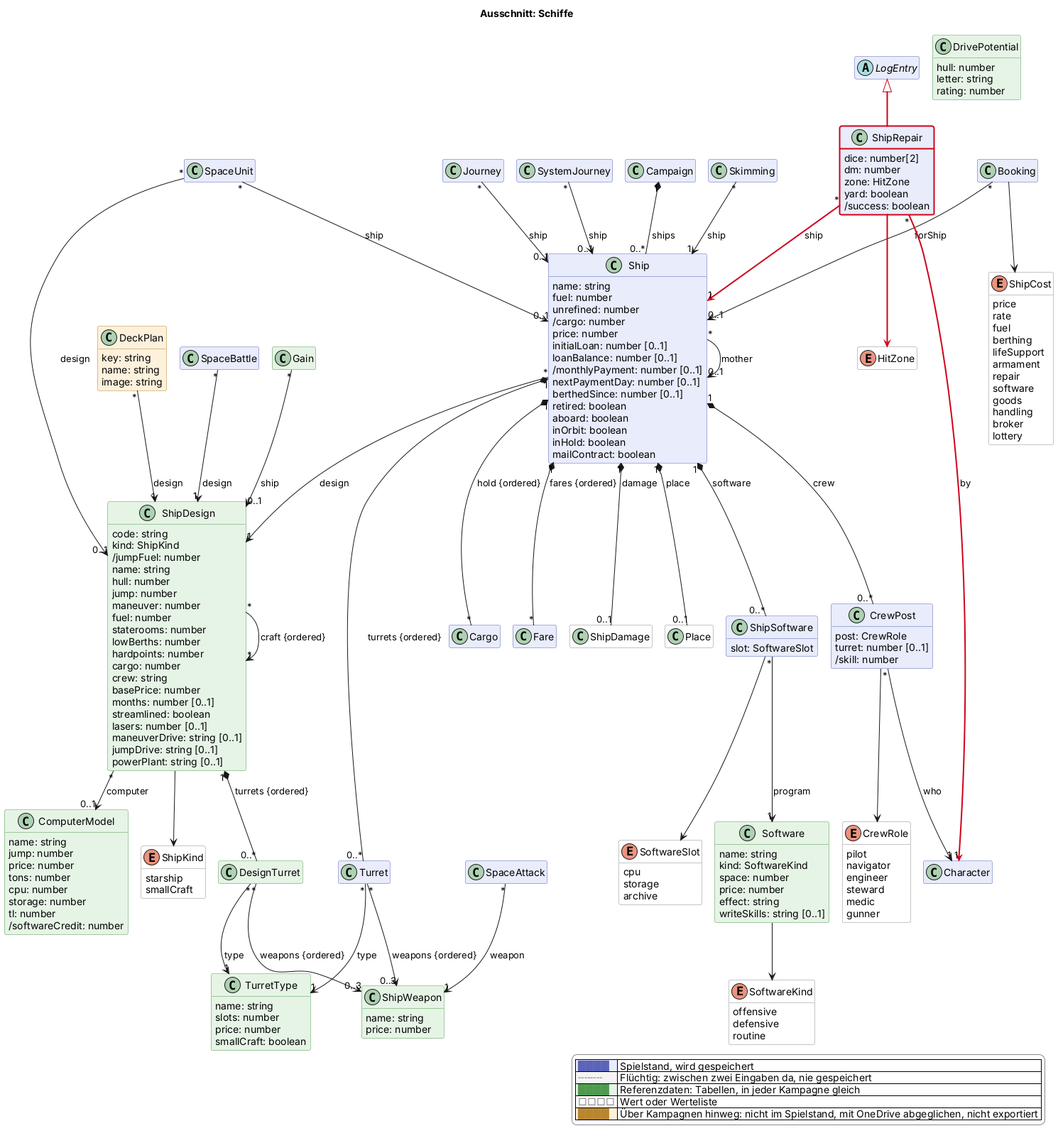
The PlantUML diagram docs/views/schiffe.png in scuzzar/SRE, before a commit.
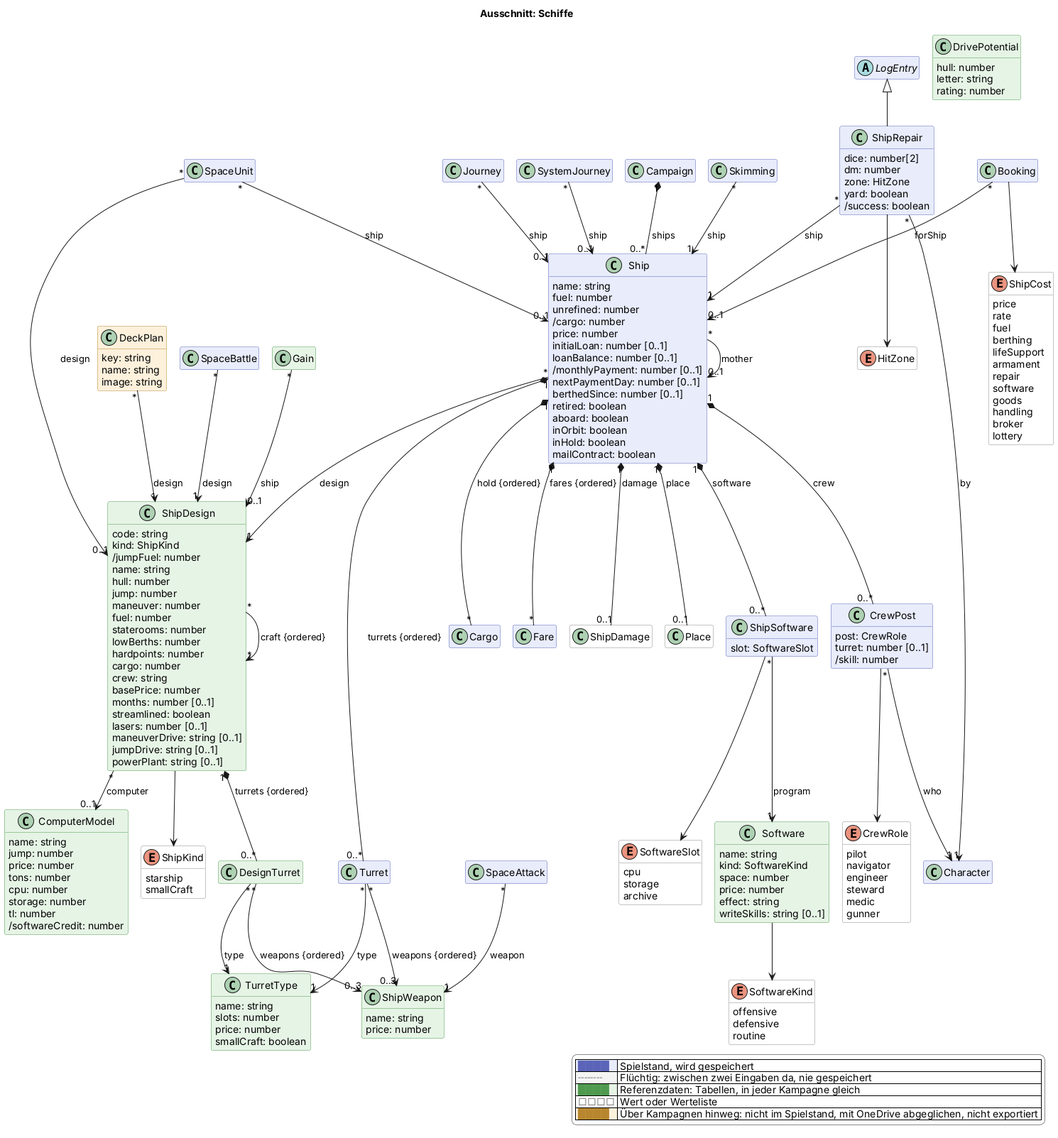
After the commit.

The edit, as a diff of the source:
```diff
@@ -208,7 +208,7 @@
   class SpaceBattle $raum
   class SpaceAttack $raum
   class SpaceUnit $raum
-  class ShipRepair $schiffe $newClass("2026-11-27d") {
+  class ShipRepair $schiffe {
     dice: number[2]
     dm: number
     zone: HitZone
@@ -259,10 +259,10 @@
 Ship "1" *-- "0..1" ShipDamage : damage
 SpaceBattle "*" --> "1" ShipDesign : design
 SpaceAttack "*" --> "1" ShipWeapon : weapon
-LogEntry <|-$newArrow("2026-11-27d")- ShipRepair
-ShipRepair -$newArrow("2026-11-27d")-> HitZone
-ShipRepair "*" -$newArrow("2026-11-27d")-> "1" Ship : ship
-ShipRepair "*" -$newArrow("2026-11-27d")-> "1" Character : by
+LogEntry <|-- ShipRepair
+ShipRepair --> HitZone
+ShipRepair "*" --> "1" Ship : ship
+ShipRepair "*" --> "1" Character : by
 Skimming "*" --> "1" Ship : ship
 Gain "*" --> "0..1" ShipDesign : ship
 DeckPlan "*" --> "1" ShipDesign : design
```
